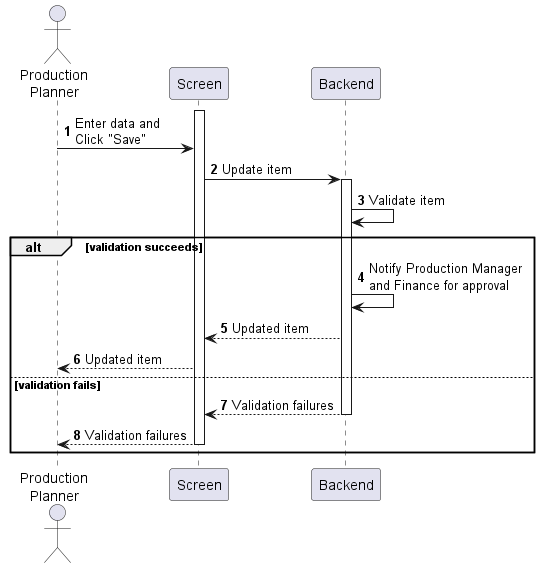
This is sequences/purchase-requisition-update.png from phihungha/scmss-reqs, a PlantUML export, as it was before one commit. Source of this version:
```plantuml
@startuml purchase-requisition-update
autonumber

actor "Production\nPlanner" as a
participant Screen as f
participant Backend as b

activate f
a -> f : Enter data and\nClick "Save"
f -> b : Update item
activate b
b -> b : Validate item

alt validation succeeds
    b -> b : Notify Production Manager\nand Finance for approval
    b --> f : Updated item
    f --> a : Updated item
else validation fails
    return Validation failures
    f --> a : Validation failures
    deactivate f
end
@enduml
```
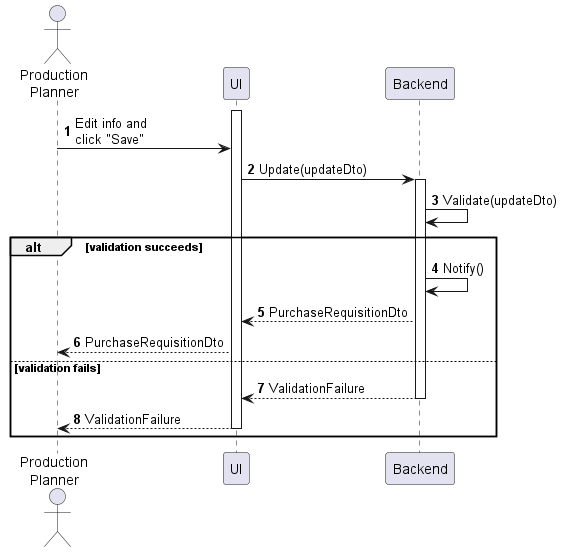
The same file after the commit.

Diff of the diagram source:
```diff
@@ -2,22 +2,22 @@
 autonumber
 
 actor "Production\nPlanner" as a
-participant Screen as f
+participant UI as f
 participant Backend as b
 
 activate f
-a -> f : Enter data and\nClick "Save"
-f -> b : Update item
+a -> f : Edit info and\nclick "Save"
+f -> b : Update(updateDto)
 activate b
-b -> b : Validate item
+b -> b : Validate(updateDto)
 
 alt validation succeeds
-    b -> b : Notify Production Manager\nand Finance for approval
-    b --> f : Updated item
-    f --> a : Updated item
+    b -> b : Notify()
+    b --> f : PurchaseRequisitionDto
+    f --> a : PurchaseRequisitionDto
 else validation fails
-    return Validation failures
-    f --> a : Validation failures
+    return ValidationFailure
+    f --> a : ValidationFailure
     deactivate f
 end
 @enduml
```
